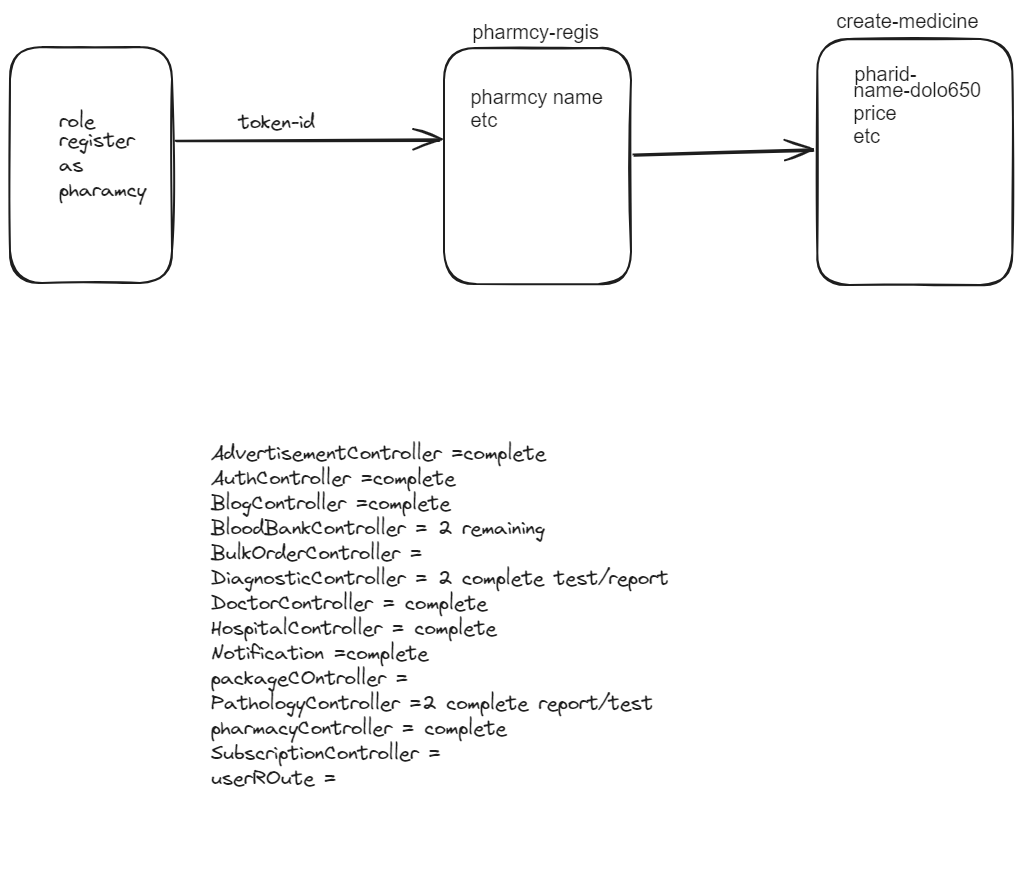
Above: dr.excalidraw.png in thefarhanahmad/hospital-server (Excalidraw), before the change. Source tidied: one line per element, renumbered; positions are measured from the earlier drawing's top-left corner, leaving out a move shared by most shapes.
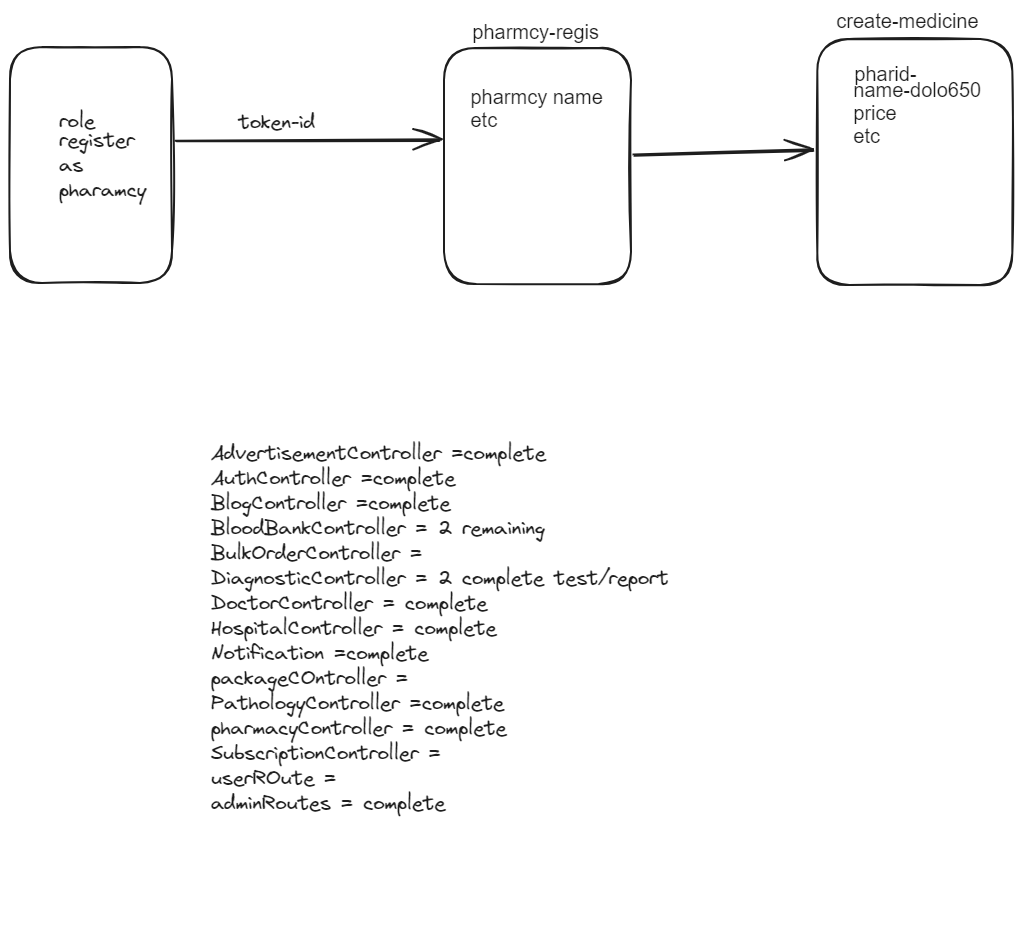
After the change.

Change to the diagram source:
```diff
@@ -11,4 +11,4 @@
 {"id": 10, "type": "text", "text": "create-medicine", "strokeColor": "#1e1e1e", "strokeWidth": 2, "roughness": 1, "fontSize": 20, "fontFamily": 2, "x": 826, "y": 0, "width": 142, "height": 23}
 {"id": 11, "type": "text", "text": "name-dolo650\nprice\netc", "strokeColor": "#1e1e1e", "strokeWidth": 2, "roughness": 1, "fontSize": 20, "fontFamily": 2, "x": 843, "y": 69, "width": 128, "height": 69}
 {"id": 12, "type": "text", "text": "pharid-", "strokeColor": "#1e1e1e", "strokeWidth": 2, "roughness": 1, "fontSize": 20, "fontFamily": 2, "x": 844, "y": 53, "width": 62, "height": 23}
-{"id": 13, "type": "text", "text": "AdvertisementController =complete\nAuthController =complete\nBlogController =complete\nBloodBankController = 2 remaining\nBulkOrderController = \nDiagnosticController = 2 complete test/report\nDoctorController = complete\nHospitalController = complete\nNotification =complete\npackageCOntroller = \nPathologyController =2 complete report/test\npharmacyController = complete\nSubscriptionController =\nuserROute = \n\n\n", "strokeColor": "#1e1e1e", "strokeWidth": 2, "roughness": 1, "fontSize": 20, "fontFamily": 1, "x": 201, "y": 430, "width": 458, "height": 425}
+{"id": 13, "type": "text", "text": "AdvertisementController =complete\nAuthController =complete\nBlogController =complete\nBloodBankController = 2 remaining\nBulkOrderController = \nDiagnosticController = 2 complete test/report\nDoctorController = complete\nHospitalController = complete\nNotification =complete\npackageCOntroller = \nPathologyController =complete\npharmacyController = complete\nSubscriptionController =\nuserROute = \nadminRoutes = complete\n\n\n\n", "strokeColor": "#1e1e1e", "strokeWidth": 2, "roughness": 1, "fontSize": 20, "fontFamily": 1, "x": 201, "y": 430, "width": 458, "height": 475}
```
